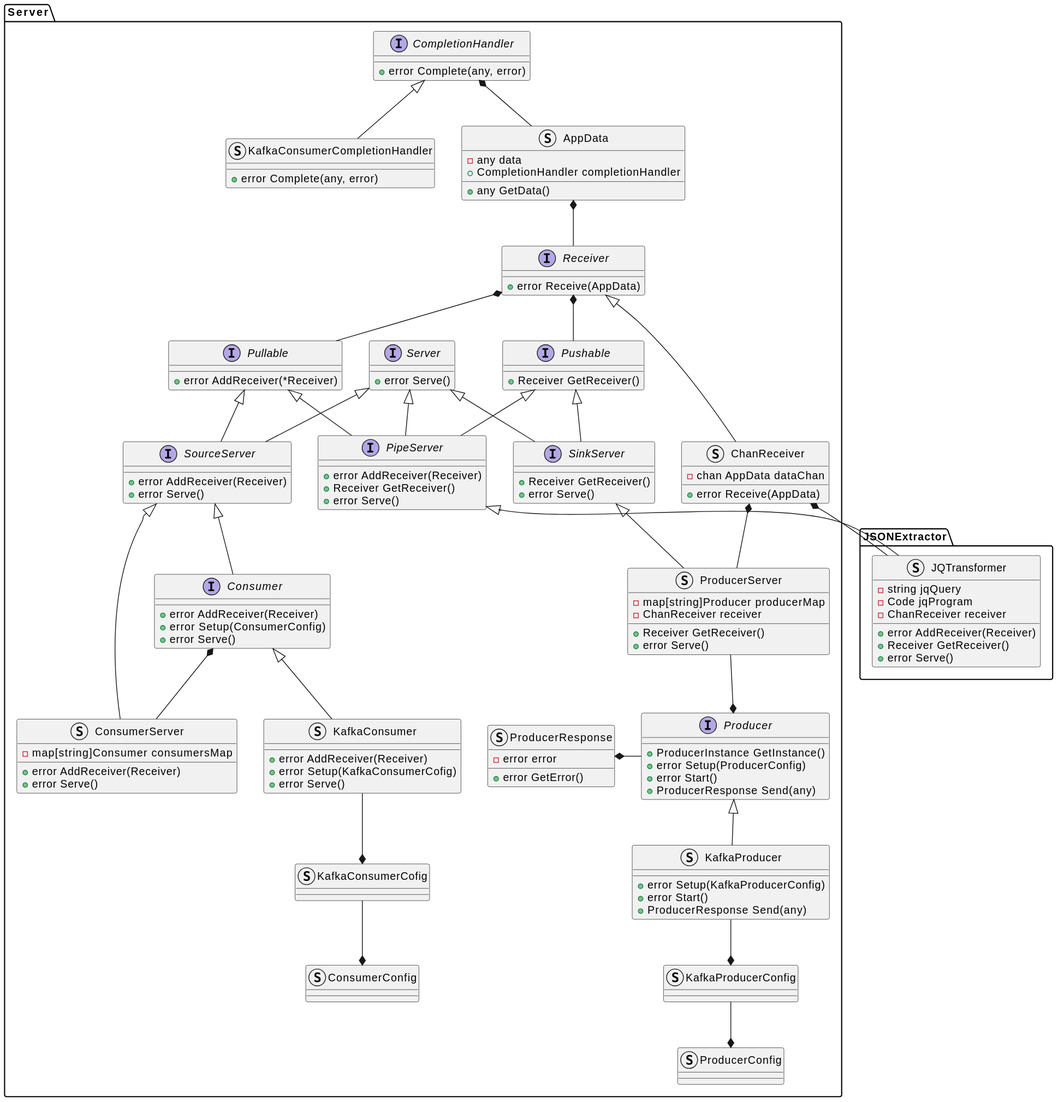
xtuml/otel2pv keeps this PlantUML diagram as docs/design_notes/DN1_JSON_Extractor/class_diagram.svg. Above is the earlier version.
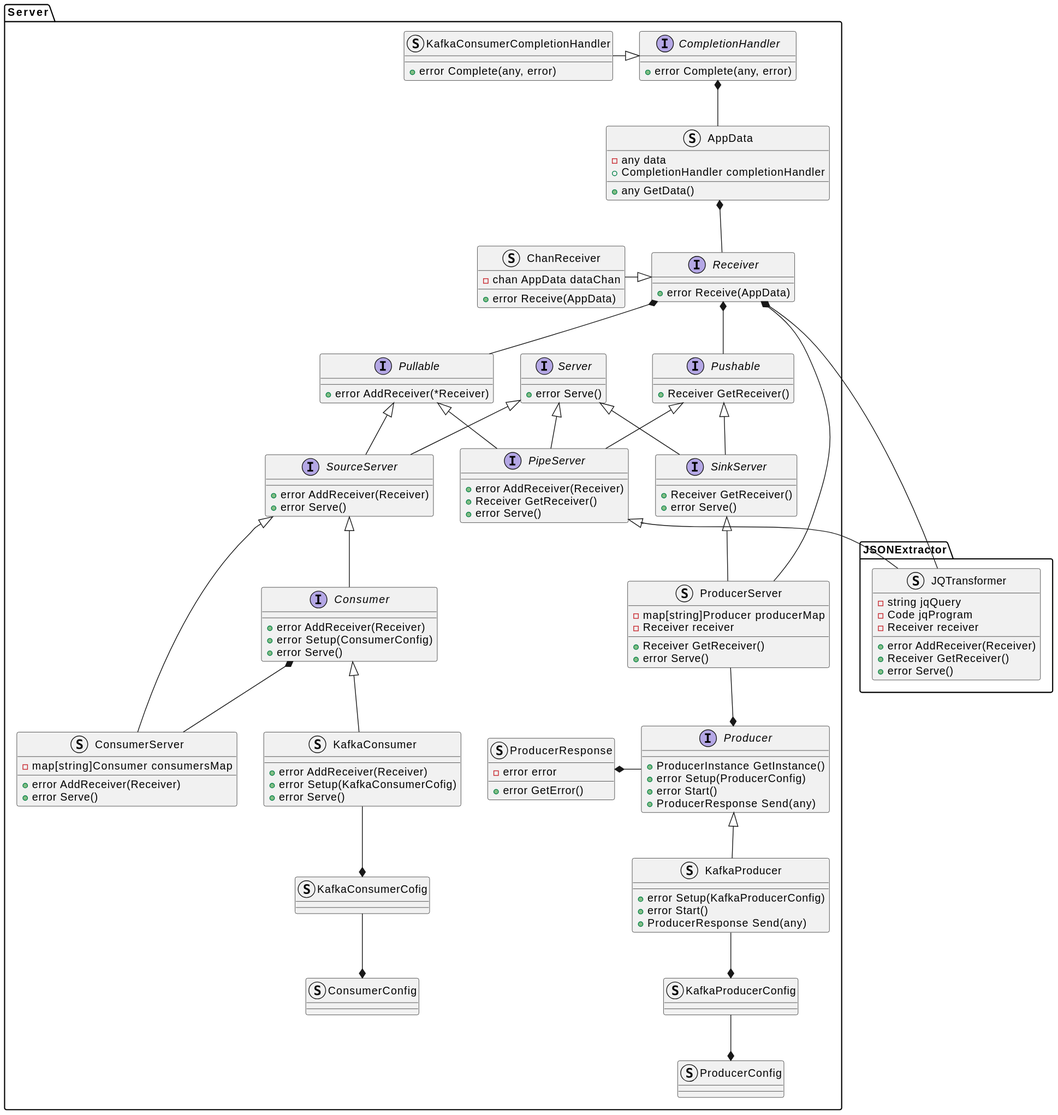
Later version of the same file.

Commit message:
CDSOP-26 update class diagram

Change to the diagram source:
```diff
@@ -3,7 +3,7 @@
     struct JQTransformer {
         -string jqQuery
         -Code jqProgram
-        -ChanReceiver receiver
+        -Receiver receiver
         +error AddReceiver(Receiver)
         +Receiver GetReceiver()
         +error Serve()
@@ -77,7 +77,7 @@
     }
     struct ProducerServer {
         -map[string]Producer producerMap
-        -ChanReceiver receiver
+        -Receiver receiver
         +Receiver GetReceiver()
         +error Serve()
     }
@@ -92,11 +92,11 @@
     struct ConsumerConfig
 }
 Server.CompletionHandler *-- Server.AppData
-Server.CompletionHandler <|-- Server.KafkaConsumerCompletionHandler
+Server.CompletionHandler <|-left- Server.KafkaConsumerCompletionHandler
 Server.AppData *-- Server.Receiver
 Server.Receiver *-- Server.Pullable
 Server.Receiver *-- Server.Pushable
-Server.Receiver <|-- Server.ChanReceiver
+Server.Receiver <|-left- Server.ChanReceiver
 Server.Server <|-- Server.SourceServer
 Server.Pullable <|-- Server.SourceServer
 Server.Server <|-- Server.SinkServer
@@ -110,7 +110,7 @@
 Server.Consumer <|-- Server.KafkaConsumer
 Server.Producer *-up- Server.ProducerServer
 Server.SinkServer <|-- Server.ProducerServer
-Server.ChanReceiver *-- Server.ProducerServer
+Server.Receiver *-- Server.ProducerServer
 Server.SourceServer <|-left- Server.ConsumerServer
 Server.Consumer *-- Server.ConsumerServer
 Server.SourceServer <|-down- Server.Consumer
@@ -119,7 +119,7 @@
 Server.KafkaProducerConfig *-up- Server.KafkaProducer
 
 Server.PipeServer <|-- JSONExtractor.JQTransformer
-Server.ChanReceiver *-- JSONExtractor.JQTransformer
+Server.Receiver *-- JSONExtractor.JQTransformer
 
 Server.ProducerConfig *-up- Server.KafkaProducerConfig
 Server.ConsumerConfig *-up- Server.KafkaConsumerCofig
```
